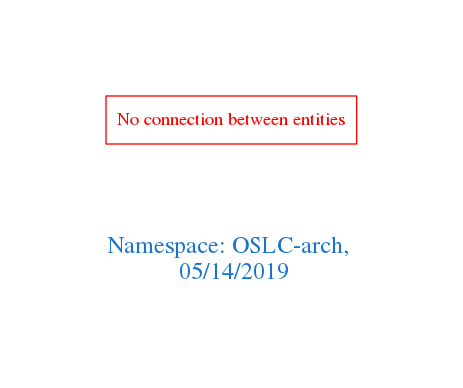
The Graphviz diagram downloads/OSLC-arch.png in arago/OGIT, before a commit. Its source is kept beside it as downloads/OSLC-arch.dot.
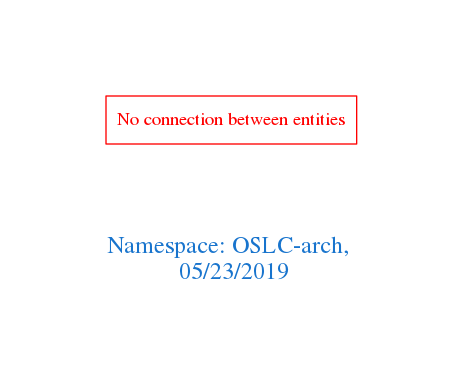
After the commit.

The edit, as a diff of the source:
```diff
@@ -1,7 +1,7 @@
 digraph OGIT_ontology {
  graph [ rankdir= LR,pad=1
 fontsize = 18,
-fontcolor= dodgerblue3,label = "\n\n\nNamespace: OSLC-arch, \n 05/14/2019"];
+fontcolor= dodgerblue3,label = "\n\n\nNamespace: OSLC-arch, \n 05/23/2019"];
 node[shape=polygon];
 edge [  color="gray81"];
 
```
